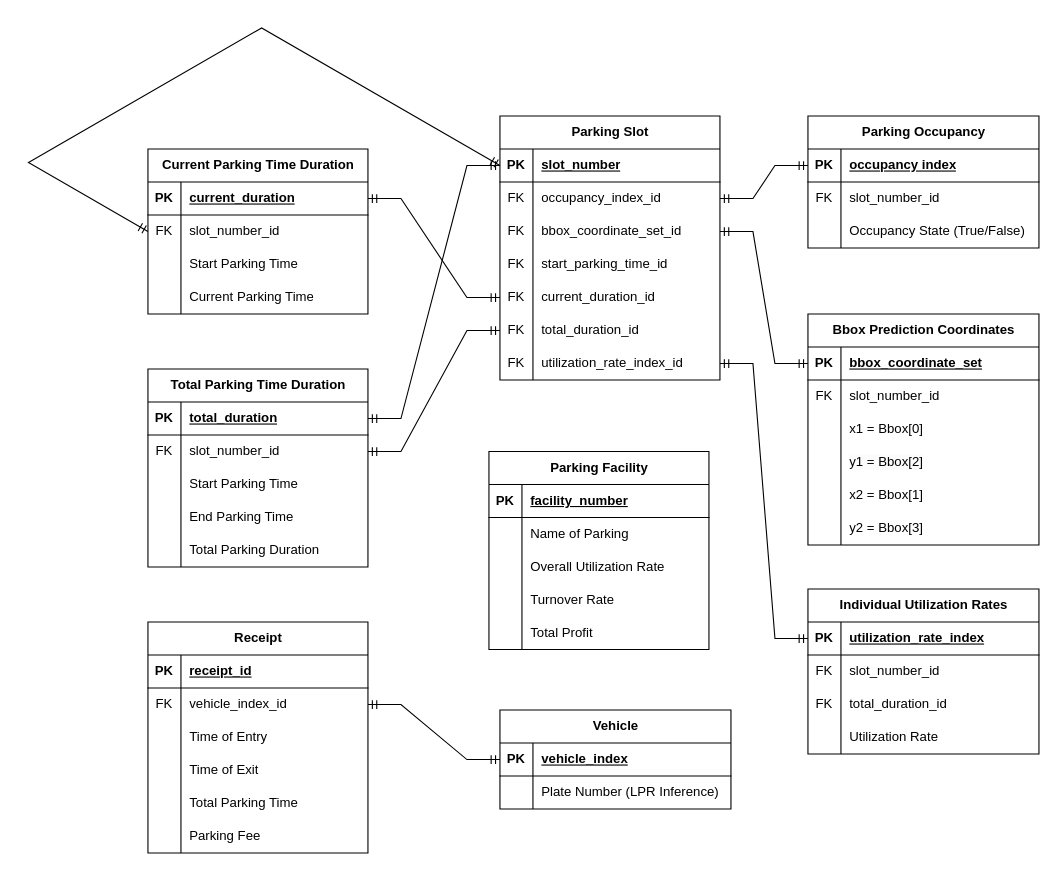
j-coching/Parking-Management-BIM-Expt keeps this draw.io diagram as sql_schema_draft.drawio. Above is the earlier version. Source tidied: cells renumbered, new cells numbered last; positions are measured from the earlier drawing's top-left corner, leaving out a move shared by most shapes. Both pictures are drawn from the tidied source at 110%, with x=0, y=0 at pixel (70, 61).
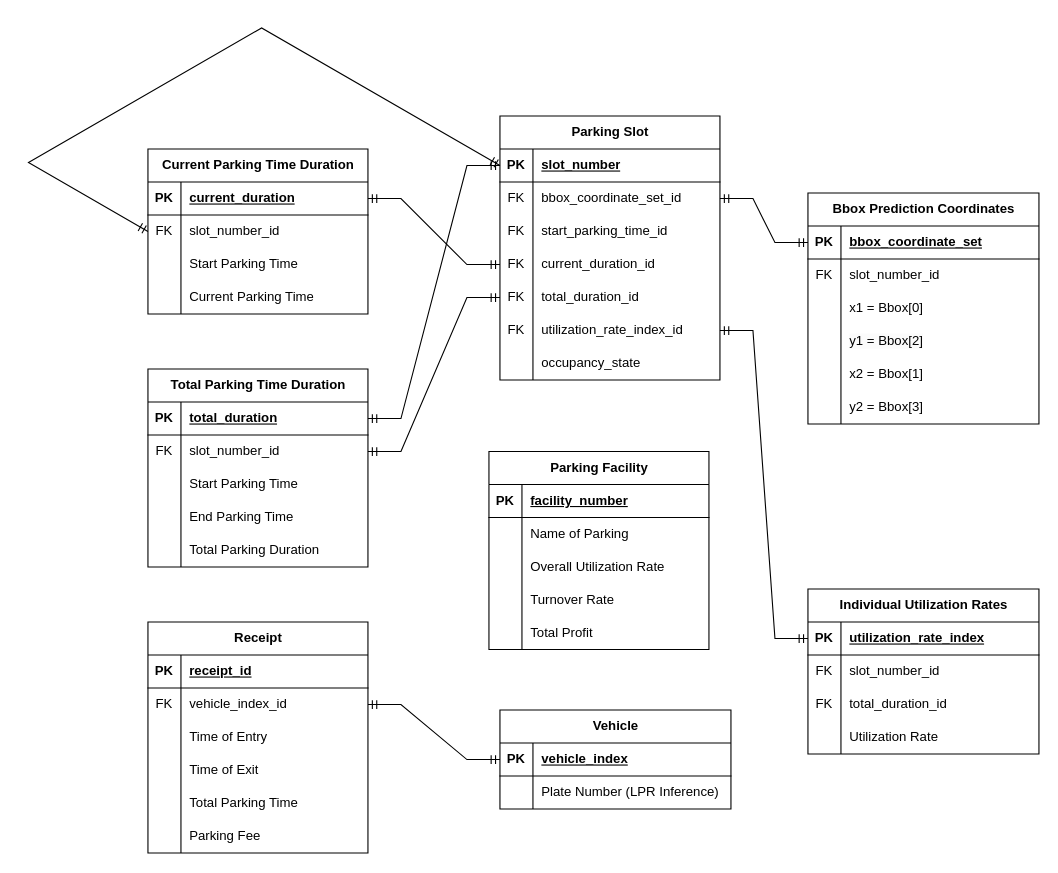
The same page after the edit.

Unchanged cells that the change refers to:
```xml
<mxCell id="2" value="Parking Slot" style="shape=table;startSize=30;childLayout=tableLayout;rowLines=0;fontStyle=1;align=center;html=1;" parent="1" vertex="1">
  <mxGeometry x="390" y="50" width="200" height="240" as="geometry" />
</mxCell>
```

What changed in the source:
```diff
@@
-    <mxCell id="6" style="shape=tableRow;horizontal=0;startSize=0;swimlaneHead=0;swimlaneBody=0;fillColor=none;points=[[0,0.5],[1,0.5]];portConstraint=eastwest;top=0;left=0;right=0;bottom=0;" parent="2" vertex="1">
-      <mxGeometry y="60" width="200" height="30" as="geometry" />
-    </mxCell>
-    <mxCell id="7" value="FK" style="shape=partialRectangle;fillColor=none;top=0;left=0;bottom=0;right=0;overflow=hidden;whiteSpace=wrap;html=1;" parent="6" vertex="1">
-      <mxGeometry width="30" height="30" as="geometry" />
-    </mxCell>
-    <mxCell id="8" value="occupancy_index_id" style="shape=partialRectangle;fillColor=none;top=0;left=0;bottom=0;right=0;align=left;spacingLeft=6;overflow=hidden;whiteSpace=wrap;html=1;" parent="6" vertex="1">
-      <mxGeometry x="30" width="170" height="30" as="geometry" />
-    </mxCell>
     <mxCell id="9" style="shape=tableRow;horizontal=0;startSize=0;swimlaneHead=0;swimlaneBody=0;fillColor=none;points=[[0,0.5],[1,0.5]];portConstraint=eastwest;top=0;left=0;right=0;bottom=0;" parent="2" vertex="1">
-      <mxGeometry y="90" width="200" height="30" as="geometry" />
+      <mxGeometry y="60" width="200" height="30" as="geometry" />
     </mxCell>
@@
     <mxCell id="12" style="shape=tableRow;horizontal=0;startSize=0;swimlaneHead=0;swimlaneBody=0;fillColor=none;top=0;left=0;right=0;bottom=0;" parent="2" vertex="1">
-      <mxGeometry y="120" width="200" height="30" as="geometry" />
+      <mxGeometry y="90" width="200" height="30" as="geometry" />
     </mxCell>
@@
     <mxCell id="15" style="shape=tableRow;horizontal=0;startSize=0;swimlaneHead=0;swimlaneBody=0;fillColor=none;points=[[0,0.5],[1,0.5]];portConstraint=eastwest;top=0;left=0;right=0;bottom=0;" parent="2" vertex="1">
-      <mxGeometry y="150" width="200" height="30" as="geometry" />
+      <mxGeometry y="120" width="200" height="30" as="geometry" />
     </mxCell>
@@
     <mxCell id="18" style="shape=tableRow;horizontal=0;startSize=0;swimlaneHead=0;swimlaneBody=0;fillColor=none;points=[[0,0.5],[1,0.5]];portConstraint=eastwest;top=0;left=0;right=0;bottom=0;" parent="2" vertex="1">
-      <mxGeometry y="180" width="200" height="30" as="geometry" />
+      <mxGeometry y="150" width="200" height="30" as="geometry" />
     </mxCell>
@@
     <mxCell id="21" style="shape=tableRow;horizontal=0;startSize=0;swimlaneHead=0;swimlaneBody=0;fillColor=none;points=[[0,0.5],[1,0.5]];portConstraint=eastwest;top=0;left=0;right=0;bottom=0;" parent="2" vertex="1">
-      <mxGeometry y="210" width="200" height="30" as="geometry" />
+      <mxGeometry y="180" width="200" height="30" as="geometry" />
     </mxCell>
@@
-    <mxCell id="24" style="edgeStyle=entityRelationEdgeStyle;fontSize=12;html=1;endArrow=ERmandOne;startArrow=ERmandOne;rounded=0;exitX=1;exitY=0.5;exitDx=0;exitDy=0;entryX=0;entryY=0.5;entryDx=0;entryDy=0;" parent="1" edge="1" source="6" target="26">
-      <mxGeometry relative="1" as="geometry" />
-    </mxCell>
-    <mxCell id="25" value="Parking Occupancy" style="shape=table;startSize=30;childLayout=tableLayout;rowLines=0;fontStyle=1;align=center;html=1;" parent="1" vertex="1">
-      <mxGeometry x="670" y="50" width="210" height="120" as="geometry" />
-    </mxCell>
-    <mxCell id="26" style="shape=tableRow;horizontal=0;startSize=0;swimlaneHead=0;swimlaneBody=0;fillColor=none;points=[[0,0.5],[1,0.5]];portConstraint=eastwest;top=0;left=0;right=0;bottom=1;" parent="25" vertex="1">
-      <mxGeometry y="30" width="210" height="30" as="geometry" />
-    </mxCell>
-    <mxCell id="27" value="PK" style="shape=partialRectangle;fillColor=none;top=0;left=0;bottom=0;right=0;fontStyle=1;overflow=hidden;whiteSpace=wrap;html=1;" parent="26" vertex="1">
-      <mxGeometry width="30" height="30" as="geometry" />
-    </mxCell>
-    <mxCell id="28" value="occupancy index" style="shape=partialRectangle;fillColor=none;top=0;left=0;bottom=0;right=0;align=left;spacingLeft=6;fontStyle=5;overflow=hidden;whiteSpace=wrap;html=1;" parent="26" vertex="1">
-      <mxGeometry x="30" width="180" height="30" as="geometry" />
-    </mxCell>
-    <mxCell id="29" style="shape=tableRow;horizontal=0;startSize=0;swimlaneHead=0;swimlaneBody=0;fillColor=none;top=0;left=0;right=0;bottom=0;" parent="25" vertex="1">
-      <mxGeometry y="60" width="210" height="30" as="geometry" />
-    </mxCell>
-    <mxCell id="30" value="FK" style="shape=partialRectangle;fillColor=none;top=0;left=0;bottom=0;right=0;overflow=hidden;whiteSpace=wrap;html=1;" parent="29" vertex="1">
-      <mxGeometry width="30" height="30" as="geometry" />
-    </mxCell>
-    <mxCell id="31" value="slot_number_id" style="shape=partialRectangle;fillColor=none;top=0;left=0;bottom=0;right=0;align=left;spacingLeft=6;overflow=hidden;whiteSpace=wrap;html=1;" parent="29" vertex="1">
-      <mxGeometry x="30" width="180" height="30" as="geometry" />
-    </mxCell>
-    <mxCell id="32" style="shape=tableRow;horizontal=0;startSize=0;swimlaneHead=0;swimlaneBody=0;fillColor=none;top=0;left=0;right=0;bottom=0;" parent="25" vertex="1">
-      <mxGeometry y="90" width="210" height="30" as="geometry" />
-    </mxCell>
+    <mxCell id="145" style="shape=tableRow;horizontal=0;startSize=0;swimlaneHead=0;swimlaneBody=0;fillColor=none;top=0;left=0;right=0;bottom=0;" parent="2" vertex="1">
+      <mxGeometry y="210" width="200" height="30" as="geometry" />
+    </mxCell>
-    <mxCell id="33" style="shape=partialRectangle;fillColor=none;top=0;left=0;bottom=0;right=0;overflow=hidden;whiteSpace=wrap;html=1;" parent="32" vertex="1">
+    <mxCell id="33" style="shape=partialRectangle;fillColor=none;top=0;left=0;bottom=0;right=0;overflow=hidden;whiteSpace=wrap;html=1;" parent="145" vertex="1">
       <mxGeometry width="30" height="30" as="geometry" />
     </mxCell>
-    <mxCell id="34" value="Occupancy State (True/False)" style="shape=partialRectangle;fillColor=none;top=0;left=0;bottom=0;right=0;align=left;spacingLeft=6;overflow=hidden;whiteSpace=wrap;html=1;" parent="32" vertex="1">
-      <mxGeometry x="30" width="180" height="30" as="geometry" />
-    </mxCell>
+    <mxCell id="146" value="occupancy_state" style="shape=partialRectangle;fillColor=none;top=0;left=0;bottom=0;right=0;align=left;spacingLeft=6;overflow=hidden;whiteSpace=wrap;html=1;" parent="145" vertex="1">
+      <mxGeometry x="30" width="170" height="30" as="geometry" />
+    </mxCell>
     <mxCell id="35" value="Bbox Prediction Coordinates" style="shape=table;startSize=30;childLayout=tableLayout;rowLines=0;fontStyle=1;align=center;html=1;" parent="1" vertex="1">
-      <mxGeometry x="670" y="230" width="210" height="210" as="geometry" />
+      <mxGeometry x="670" y="120" width="210" height="210" as="geometry" />
     </mxCell>
```
